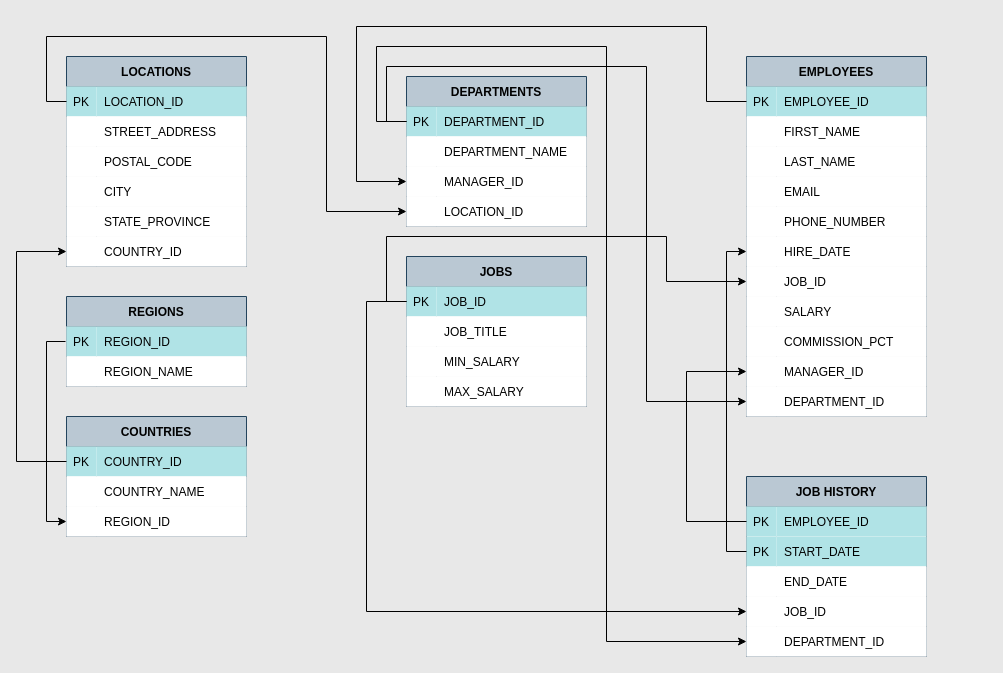
The draw.io diagram HRData.drawio in sharkfacekilla/120, before the edit. Source tidied: cells renumbered, new cells numbered last; positions are measured from the earlier drawing's top-left corner, leaving out a move shared by most shapes. Both pictures are drawn from the tidied source at 100%, with x=0, y=0 at pixel (16, 26).
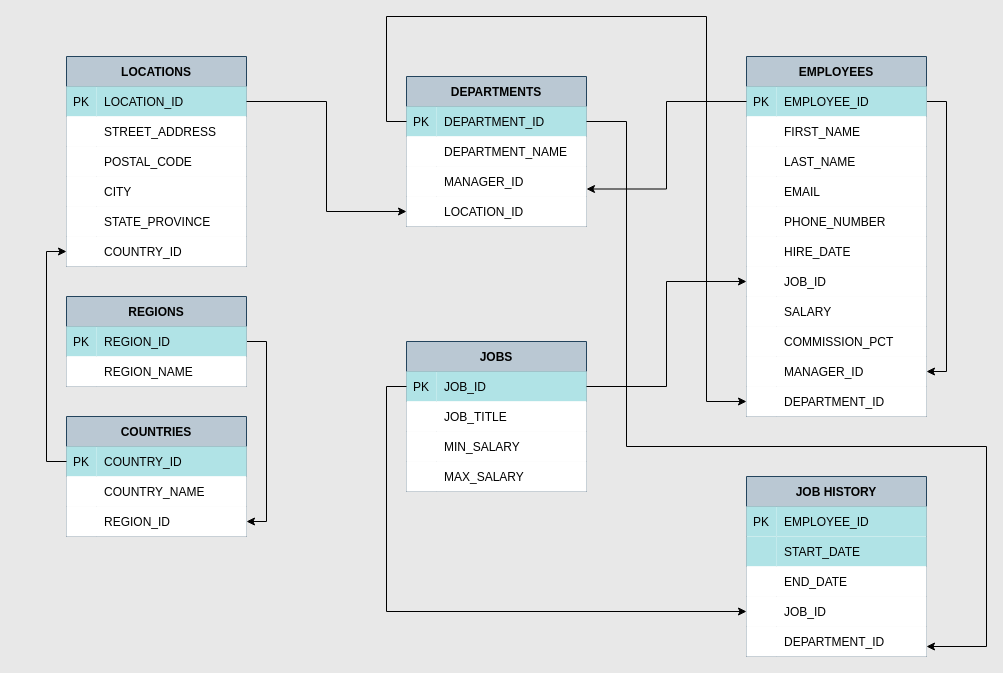
The same page after the edit.

The change refers to these unchanged cells:
```xml
<mxCell id="2" value="REGIONS" style="shape=table;startSize=30;childLayout=tableLayout;rowLines=0;fontStyle=1;align=center;swimlaneFillColor=none;fillColor=#bac8d3;strokeColor=#23445d;" parent="1" vertex="1">
  <mxGeometry x="50" y="270" width="180" height="90" as="geometry" />
</mxCell>
<mxCell id="3" style="shape=tableRow;horizontal=0;startSize=0;swimlaneHead=0;swimlaneBody=0;points=[[0,0.5],[1,0.5]];portConstraint=eastwest;top=0;left=0;right=0;bottom=0;perimeterSpacing=1;swimlaneFillColor=none;" parent="2" vertex="1">
  <mxGeometry y="30" width="180" height="30" as="geometry" />
</mxCell>
<mxCell id="10" style="shape=tableRow;horizontal=0;startSize=0;swimlaneHead=0;swimlaneBody=0;points=[[0,0.5],[1,0.5]];portConstraint=eastwest;top=0;left=0;right=0;bottom=0;swimlaneFillColor=none;" parent="9" vertex="1">
  <mxGeometry y="30" width="180" height="30" as="geometry" />
</mxCell>
<mxCell id="25" style="shape=tableRow;horizontal=0;startSize=0;swimlaneHead=0;swimlaneBody=0;points=[[0,0.5],[1,0.5]];portConstraint=eastwest;top=0;left=0;right=0;bottom=0;swimlaneFillColor=none;" parent="9" vertex="1">
  <mxGeometry y="180" width="180" height="30" as="geometry" />
</mxCell>
<mxCell id="28" value="DEPARTMENTS" style="shape=table;startSize=30;childLayout=tableLayout;rowLines=0;fontStyle=1;align=center;swimlaneFillColor=none;fillColor=#bac8d3;strokeColor=#23445d;" parent="1" vertex="1">
  <mxGeometry x="390" y="50" width="180" height="150" as="geometry" />
</mxCell>
<mxCell id="29" style="shape=tableRow;horizontal=0;startSize=0;swimlaneHead=0;swimlaneBody=0;points=[[0,0.5],[1,0.5]];portConstraint=eastwest;top=0;left=0;right=0;bottom=0;swimlaneFillColor=none;" parent="28" vertex="1">
  <mxGeometry y="30" width="180" height="30" as="geometry" />
</mxCell>
<mxCell id="35" style="shape=tableRow;horizontal=0;startSize=0;swimlaneHead=0;swimlaneBody=0;points=[[0,0.5],[1,0.5]];portConstraint=eastwest;top=0;left=0;right=0;bottom=0;swimlaneFillColor=none;" parent="28" vertex="1">
  <mxGeometry y="90" width="180" height="30" as="geometry" />
</mxCell>
<mxCell id="38" style="shape=tableRow;horizontal=0;startSize=0;swimlaneHead=0;swimlaneBody=0;points=[[0,0.5],[1,0.5]];portConstraint=eastwest;top=0;left=0;right=0;bottom=0;swimlaneFillColor=none;" parent="28" vertex="1">
  <mxGeometry y="120" width="180" height="30" as="geometry" />
</mxCell>
<mxCell id="42" style="shape=tableRow;horizontal=0;startSize=0;swimlaneHead=0;swimlaneBody=0;points=[[0,0.5],[1,0.5]];portConstraint=eastwest;top=0;left=0;right=0;bottom=0;swimlaneFillColor=none;" parent="41" vertex="1">
  <mxGeometry y="30" width="180" height="30" as="geometry" />
</mxCell>
<mxCell id="54" value="EMPLOYEES" style="shape=table;startSize=30;childLayout=tableLayout;rowLines=0;fontStyle=1;align=center;swimlaneFillColor=none;fillColor=#bac8d3;strokeColor=#23445d;" parent="1" vertex="1">
  <mxGeometry x="730" y="30" width="180" height="360" as="geometry" />
</mxCell>
<mxCell id="55" style="shape=tableRow;horizontal=0;startSize=0;swimlaneHead=0;swimlaneBody=0;points=[[0,0.5],[1,0.5]];portConstraint=eastwest;top=0;left=0;right=0;bottom=0;swimlaneFillColor=none;" parent="54" vertex="1">
  <mxGeometry y="30" width="180" height="30" as="geometry" />
</mxCell>
<mxCell id="70" style="shape=tableRow;horizontal=0;startSize=0;swimlaneHead=0;swimlaneBody=0;points=[[0,0.5],[1,0.5]];portConstraint=eastwest;top=0;left=0;right=0;bottom=0;swimlaneFillColor=none;" parent="54" vertex="1">
  <mxGeometry y="180" width="180" height="30" as="geometry" />
</mxCell>
<mxCell id="73" style="shape=tableRow;horizontal=0;startSize=0;swimlaneHead=0;swimlaneBody=0;points=[[0,0.5],[1,0.5]];portConstraint=eastwest;top=0;left=0;right=0;bottom=0;swimlaneFillColor=none;" parent="54" vertex="1">
  <mxGeometry y="210" width="180" height="30" as="geometry" />
</mxCell>
<mxCell id="82" style="shape=tableRow;horizontal=0;startSize=0;swimlaneHead=0;swimlaneBody=0;points=[[0,0.5],[1,0.5]];portConstraint=eastwest;top=0;left=0;right=0;bottom=0;swimlaneFillColor=none;" parent="54" vertex="1">
  <mxGeometry y="300" width="180" height="30" as="geometry" />
</mxCell>
<mxCell id="85" style="shape=tableRow;horizontal=0;startSize=0;swimlaneHead=0;swimlaneBody=0;points=[[0,0.5],[1,0.5]];portConstraint=eastwest;top=0;left=0;right=0;bottom=0;swimlaneFillColor=none;" parent="54" vertex="1">
  <mxGeometry y="330" width="180" height="30" as="geometry" />
</mxCell>
<mxCell id="89" style="shape=tableRow;horizontal=0;startSize=0;swimlaneHead=0;swimlaneBody=0;points=[[0,0.5],[1,0.5]];portConstraint=eastwest;top=0;left=0;right=0;bottom=0;swimlaneFillColor=none;" parent="88" vertex="1">
  <mxGeometry y="30" width="180" height="30" as="geometry" />
</mxCell>
<mxCell id="92" style="shape=tableRow;horizontal=0;startSize=0;swimlaneHead=0;swimlaneBody=0;points=[[0,0.5],[1,0.5]];portConstraint=eastwest;top=0;left=0;right=0;bottom=0;swimlaneFillColor=none;" parent="88" vertex="1">
  <mxGeometry y="60" width="180" height="30" as="geometry" />
</mxCell>
<mxCell id="98" style="shape=tableRow;horizontal=0;startSize=0;swimlaneHead=0;swimlaneBody=0;points=[[0,0.5],[1,0.5]];portConstraint=eastwest;top=0;left=0;right=0;bottom=0;swimlaneFillColor=none;" parent="88" vertex="1">
  <mxGeometry y="120" width="180" height="30" as="geometry" />
</mxCell>
<mxCell id="101" style="shape=tableRow;horizontal=0;startSize=0;swimlaneHead=0;swimlaneBody=0;points=[[0,0.5],[1,0.5]];portConstraint=eastwest;top=0;left=0;right=0;bottom=0;swimlaneFillColor=none;" parent="88" vertex="1">
  <mxGeometry y="150" width="180" height="30" as="geometry" />
</mxCell>
<mxCell id="105" style="shape=tableRow;horizontal=0;startSize=0;swimlaneHead=0;swimlaneBody=0;points=[[0,0.5],[1,0.5]];portConstraint=eastwest;top=0;left=0;right=0;bottom=0;swimlaneFillColor=none;" parent="104" vertex="1">
  <mxGeometry y="30" width="180" height="30" as="geometry" />
</mxCell>
<mxCell id="111" style="shape=tableRow;horizontal=0;startSize=0;swimlaneHead=0;swimlaneBody=0;points=[[0,0.5],[1,0.5]];portConstraint=eastwest;top=0;left=0;right=0;bottom=0;swimlaneFillColor=none;" parent="104" vertex="1">
  <mxGeometry y="90" width="180" height="30" as="geometry" />
</mxCell>
```

The edit, as a diff of the source:
```diff
@@
+    <mxCell id="124" style="edgeStyle=orthogonalEdgeStyle;rounded=0;jettySize=auto;html=1;exitX=1;exitY=0.5;exitDx=0;exitDy=0;entryX=1;entryY=0.5;entryDx=0;entryDy=0;" parent="1" edge="1" source="2" target="111">
+      <mxGeometry relative="1" as="geometry" />
+    </mxCell>
@@
     <mxCell id="41" value="JOBS" style="shape=table;startSize=30;childLayout=tableLayout;rowLines=0;fontStyle=1;align=center;swimlaneFillColor=none;fillColor=#bac8d3;strokeColor=#23445d;" parent="1" vertex="1">
-      <mxGeometry x="390" y="230" width="180" height="150" as="geometry" />
+      <mxGeometry x="390" y="315" width="180" height="150" as="geometry" />
     </mxCell>
@@
+    <mxCell id="125" style="edgeStyle=orthogonalEdgeStyle;rounded=0;jettySize=auto;html=1;exitX=1;exitY=0.5;exitDx=0;exitDy=0;" parent="54" edge="1" source="55" target="82">
+      <mxGeometry relative="1" as="geometry" />
+    </mxCell>
@@
-    <mxCell id="93" value="PK" style="shape=partialRectangle;top=0;left=0;bottom=0;right=0;overflow=hidden;swimlaneFillColor=none;fillColor=#b0e3e6;strokeColor=#0e8088;" parent="92" vertex="1">
+    <mxCell id="93" style="shape=partialRectangle;top=0;left=0;bottom=0;right=0;overflow=hidden;swimlaneFillColor=none;fillColor=#b0e3e6;strokeColor=#0e8088;" parent="92" vertex="1">
       <mxGeometry width="30" height="30" as="geometry" />
     </mxCell>
@@
+    <mxCell id="117" style="edgeStyle=orthogonalEdgeStyle;rounded=0;jettySize=auto;html=1;exitX=0;exitY=0.5;exitDx=0;exitDy=0;entryX=0;entryY=0.5;entryDx=0;entryDy=0;" parent="1" edge="1" source="105" target="25">
+      <mxGeometry relative="1" as="geometry" />
+    </mxCell>
-    <mxCell id="114" style="edgeStyle=orthogonalEdgeStyle;rounded=0;jettySize=auto;html=1;exitX=0;exitY=0.5;exitDx=0;exitDy=0;" parent="1" edge="1" source="10" target="38">
-      <mxGeometry relative="1" as="geometry">
-        <Array as="points">
-          <mxPoint x="30" y="75" />
-          <mxPoint x="30" y="10" />
-          <mxPoint x="310" y="10" />
-          <mxPoint x="310" y="185" />
-        </Array>
-      </mxGeometry>
+    <mxCell id="114" style="edgeStyle=orthogonalEdgeStyle;rounded=0;jettySize=auto;html=1;exitX=1;exitY=0.5;exitDx=0;exitDy=0;" parent="1" edge="1" source="10" target="38">
+      <mxGeometry relative="1" as="geometry" />
     </mxCell>
-    <mxCell id="115" style="edgeStyle=orthogonalEdgeStyle;rounded=0;jettySize=auto;html=1;exitX=0;exitY=0.5;exitDx=0;exitDy=0;" parent="1" edge="1" source="29" target="101">
-      <mxGeometry relative="1" as="geometry">
-        <Array as="points">
-          <mxPoint x="360" y="95" />
-          <mxPoint x="360" y="20" />
-          <mxPoint x="590" y="20" />
-          <mxPoint x="590" y="615" />
-        </Array>
-      </mxGeometry>
-    </mxCell>
-    <mxCell id="116" style="edgeStyle=orthogonalEdgeStyle;rounded=0;jettySize=auto;html=1;exitX=0;exitY=0.5;exitDx=0;exitDy=0;entryX=0;entryY=0.5;entryDx=0;entryDy=0;" parent="1" edge="1" source="3" target="111">
-      <mxGeometry relative="1" as="geometry">
-        <Array as="points">
-          <mxPoint x="30" y="315" />
-          <mxPoint x="30" y="495" />
-        </Array>
-      </mxGeometry>
-    </mxCell>
-    <mxCell id="117" style="edgeStyle=orthogonalEdgeStyle;rounded=0;jettySize=auto;html=1;exitX=0;exitY=0.5;exitDx=0;exitDy=0;entryX=0;entryY=0.5;entryDx=0;entryDy=0;" parent="1" edge="1" source="105" target="25">
-      <mxGeometry relative="1" as="geometry">
-        <Array as="points">
-          <mxPoint y="435" />
-          <mxPoint y="225" />
-        </Array>
-      </mxGeometry>
-    </mxCell>
-    <mxCell id="118" style="edgeStyle=orthogonalEdgeStyle;rounded=0;jettySize=auto;html=1;exitX=0;exitY=0.5;exitDx=0;exitDy=0;entryX=0;entryY=0.5;entryDx=0;entryDy=0;" parent="1" edge="1" source="55" target="35">
-      <mxGeometry relative="1" as="geometry">
-        <Array as="points">
-          <mxPoint x="690" y="75" />
-          <mxPoint x="690" />
-          <mxPoint x="340" />
-          <mxPoint x="340" y="155" />
-        </Array>
-      </mxGeometry>
-    </mxCell>
-    <mxCell id="119" style="edgeStyle=orthogonalEdgeStyle;rounded=0;jettySize=auto;html=1;exitX=0;exitY=0.5;exitDx=0;exitDy=0;" parent="1" edge="1" source="42" target="73">
-      <mxGeometry relative="1" as="geometry">
-        <Array as="points">
-          <mxPoint x="370" y="275" />
-          <mxPoint x="370" y="210" />
-          <mxPoint x="650" y="210" />
-          <mxPoint x="650" y="255" />
-        </Array>
-      </mxGeometry>
-    </mxCell>
-    <mxCell id="120" style="edgeStyle=orthogonalEdgeStyle;rounded=0;jettySize=auto;html=1;exitX=0;exitY=0.5;exitDx=0;exitDy=0;entryX=0;entryY=0.5;entryDx=0;entryDy=0;" parent="1" edge="1" source="92" target="70">
-      <mxGeometry relative="1" as="geometry" />
-    </mxCell>
-    <mxCell id="121" style="edgeStyle=orthogonalEdgeStyle;rounded=0;jettySize=auto;html=1;exitX=0;exitY=0.5;exitDx=0;exitDy=0;entryX=0;entryY=0.5;entryDx=0;entryDy=0;" parent="1" edge="1" source="89" target="82">
-      <mxGeometry relative="1" as="geometry">
-        <Array as="points">
-          <mxPoint x="670" y="495" />
-          <mxPoint x="670" y="345" />
-        </Array>
-      </mxGeometry>
-    </mxCell>
+    <mxCell id="126" style="edgeStyle=orthogonalEdgeStyle;rounded=0;jettySize=auto;html=1;exitX=1;exitY=0.5;exitDx=0;exitDy=0;" parent="1" edge="1" source="29">
+      <mxGeometry relative="1" as="geometry">
+        <mxPoint x="910" y="620" as="targetPoint" />
+        <Array as="points">
+          <mxPoint x="610" y="95" />
+          <mxPoint x="610" y="420" />
+          <mxPoint x="970" y="420" />
+          <mxPoint x="970" y="620" />
+        </Array>
+      </mxGeometry>
+    </mxCell>
     <mxCell id="122" style="edgeStyle=orthogonalEdgeStyle;rounded=0;jettySize=auto;html=1;exitX=0;exitY=0.5;exitDx=0;exitDy=0;" parent="1" edge="1" source="29" target="85">
       <mxGeometry relative="1" as="geometry">
         <Array as="points">
           <mxPoint x="370" y="95" />
-          <mxPoint x="370" y="40" />
-          <mxPoint x="630" y="40" />
-          <mxPoint x="630" y="375" />
+          <mxPoint x="370" y="-10" />
+          <mxPoint x="690" y="-10" />
+          <mxPoint x="690" y="375" />
         </Array>
       </mxGeometry>
     </mxCell>
     <mxCell id="123" style="edgeStyle=orthogonalEdgeStyle;rounded=0;jettySize=auto;html=1;exitX=0;exitY=0.5;exitDx=0;exitDy=0;entryX=0;entryY=0.5;entryDx=0;entryDy=0;" parent="1" edge="1" source="42" target="98">
-      <mxGeometry relative="1" as="geometry">
-        <Array as="points">
-          <mxPoint x="350" y="275" />
-          <mxPoint x="350" y="585" />
-        </Array>
-      </mxGeometry>
+      <mxGeometry relative="1" as="geometry" />
     </mxCell>
+    <mxCell id="119" style="edgeStyle=orthogonalEdgeStyle;rounded=0;jettySize=auto;html=1;exitX=1;exitY=0.5;exitDx=0;exitDy=0;entryX=0;entryY=0.5;entryDx=0;entryDy=0;" parent="1" edge="1" source="42" target="73">
+      <mxGeometry relative="1" as="geometry" />
+    </mxCell>
+    <mxCell id="127" style="edgeStyle=orthogonalEdgeStyle;rounded=0;jettySize=auto;html=1;exitX=0;exitY=0.5;exitDx=0;exitDy=0;entryX=1;entryY=0.75;entryDx=0;entryDy=0;" parent="1" edge="1" source="55" target="28">
+      <mxGeometry relative="1" as="geometry" />
+    </mxCell>
```
